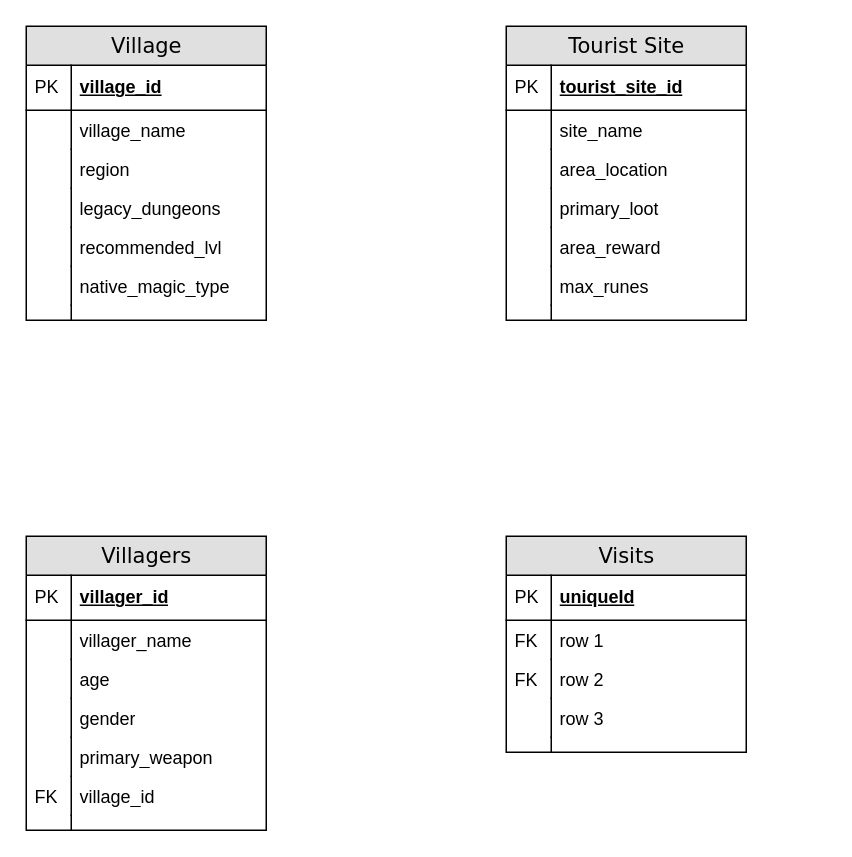
The draw.io diagram ELDEN RING ERD.drawio in patrickabrena/sql-assignment-3, before the edit. Source tidied: cells renumbered, new cells numbered last; positions are measured from the earlier drawing's top-left corner, leaving out a move shared by most shapes. Both pictures are drawn from the tidied source at 150%, with x=0, y=0 at pixel (26, 26).
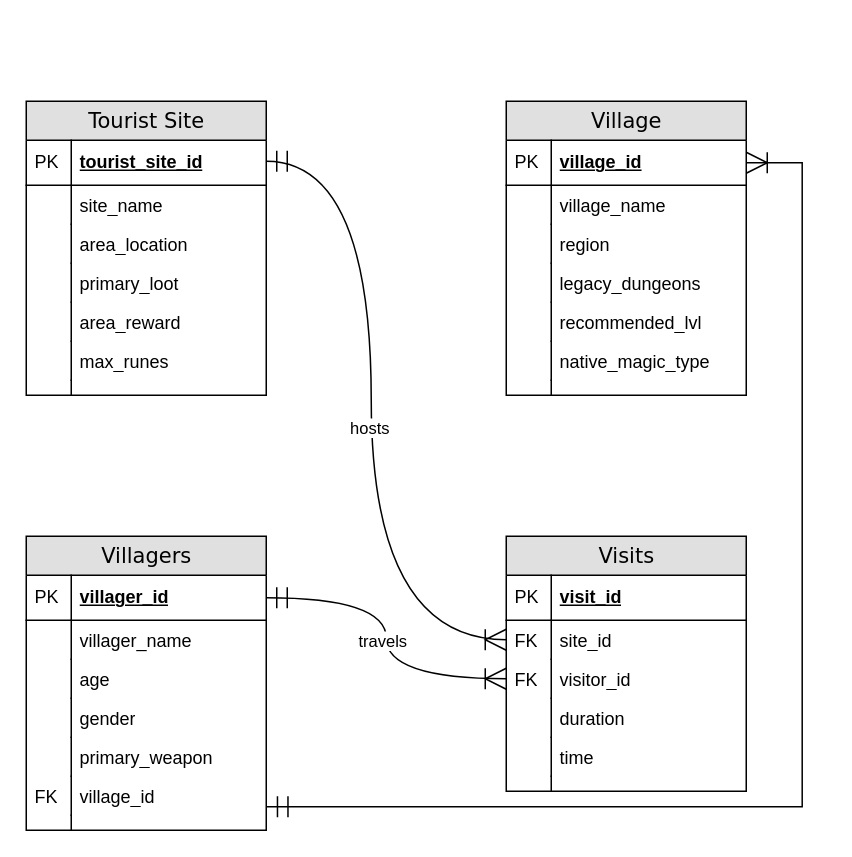
After the change.

Commit message:
potentially finished

The change refers to these unchanged cells:
```xml
<mxCell id="18" value="villager_id" style="shape=partialRectangle;top=0;left=0;right=0;bottom=1;html=1;align=left;verticalAlign=middle;fillColor=none;spacingLeft=34;spacingRight=4;whiteSpace=wrap;overflow=hidden;points=[[0,0.5],[1,0.5]];portConstraint=eastwest;fontStyle=5;" parent="17" vertex="1">
  <mxGeometry y="26" width="160" height="30" as="geometry" />
</mxCell>
<mxCell id="28" value="village_id" style="shape=partialRectangle;top=0;left=0;right=0;bottom=0;html=1;align=left;verticalAlign=top;fillColor=none;spacingLeft=34;spacingRight=4;whiteSpace=wrap;overflow=hidden;points=[[0,0.5],[1,0.5]];portConstraint=eastwest;" parent="17" vertex="1">
  <mxGeometry y="160" width="160" height="26" as="geometry" />
</mxCell>
<mxCell id="33" value="village_id" style="shape=partialRectangle;top=0;left=0;right=0;bottom=1;html=1;align=left;verticalAlign=middle;fillColor=none;spacingLeft=34;spacingRight=4;whiteSpace=wrap;overflow=hidden;points=[[0,0.5],[1,0.5]];portConstraint=eastwest;fontStyle=5;" parent="32" vertex="1">
  <mxGeometry y="26" width="160" height="30" as="geometry" />
</mxCell>
```

Diff of the diagram source:
```diff
@@
     <mxCell id="2" value="Tourist Site" style="swimlane;html=1;fontStyle=0;horizontal=1;startSize=26;fillColor=#e0e0e0;swimlaneFillColor=#ffffff;align=center;rounded=0;shadow=0;comic=0;labelBackgroundColor=none;strokeWidth=1;fontFamily=Verdana;fontSize=14;swimlaneLine=1;" parent="1" vertex="1">
-      <mxGeometry x="320" width="160" height="196" as="geometry" />
+      <mxGeometry y="50" width="160" height="196" as="geometry" />
     </mxCell>
@@
     <mxCell id="32" value="Village" style="swimlane;html=1;fontStyle=0;horizontal=1;startSize=26;fillColor=#e0e0e0;swimlaneFillColor=#ffffff;align=center;rounded=0;shadow=0;comic=0;labelBackgroundColor=none;strokeWidth=1;fontFamily=Verdana;fontSize=14;" parent="1" vertex="1">
-      <mxGeometry width="160" height="196" as="geometry" />
+      <mxGeometry x="320" y="50" width="160" height="196" as="geometry" />
     </mxCell>
@@
     <mxCell id="47" value="Visits" style="swimlane;html=1;fontStyle=0;horizontal=1;startSize=26;fillColor=#e0e0e0;swimlaneFillColor=#ffffff;align=center;rounded=0;shadow=0;comic=0;labelBackgroundColor=none;strokeWidth=1;fontFamily=Verdana;fontSize=14;" parent="1" vertex="1">
-      <mxGeometry x="320" y="340" width="160" height="144" as="geometry" />
+      <mxGeometry x="320" y="340" width="160" height="170" as="geometry" />
     </mxCell>
-    <mxCell id="48" value="uniqueId" style="shape=partialRectangle;top=0;left=0;right=0;bottom=1;html=1;align=left;verticalAlign=middle;fillColor=none;spacingLeft=34;spacingRight=4;whiteSpace=wrap;overflow=hidden;fontStyle=5;" parent="47" vertex="1">
+    <mxCell id="48" value="visit_id" style="shape=partialRectangle;top=0;left=0;right=0;bottom=1;html=1;align=left;verticalAlign=middle;fillColor=none;spacingLeft=34;spacingRight=4;whiteSpace=wrap;overflow=hidden;fontStyle=5;" parent="47" vertex="1">
       <mxGeometry y="26" width="160" height="30" as="geometry" />
     </mxCell>
@@
-    <mxCell id="50" value="row 1" style="shape=partialRectangle;top=0;left=0;right=0;bottom=0;html=1;align=left;verticalAlign=top;fillColor=none;spacingLeft=34;spacingRight=4;whiteSpace=wrap;overflow=hidden;points=[[0,0.5],[1,0.5]];portConstraint=eastwest;" parent="47" vertex="1">
+    <mxCell id="50" value="site_id" style="shape=partialRectangle;top=0;left=0;right=0;bottom=0;html=1;align=left;verticalAlign=top;fillColor=none;spacingLeft=34;spacingRight=4;whiteSpace=wrap;overflow=hidden;points=[[0,0.5],[1,0.5]];portConstraint=eastwest;" parent="47" vertex="1">
       <mxGeometry y="56" width="160" height="26" as="geometry" />
     </mxCell>
@@
-    <mxCell id="52" value="row 2" style="shape=partialRectangle;top=0;left=0;right=0;bottom=0;html=1;align=left;verticalAlign=top;fillColor=none;spacingLeft=34;spacingRight=4;whiteSpace=wrap;overflow=hidden;points=[[0,0.5],[1,0.5]];portConstraint=eastwest;" parent="47" vertex="1">
+    <mxCell id="52" value="visitor_id" style="shape=partialRectangle;top=0;left=0;right=0;bottom=0;html=1;align=left;verticalAlign=top;fillColor=none;spacingLeft=34;spacingRight=4;whiteSpace=wrap;overflow=hidden;points=[[0,0.5],[1,0.5]];portConstraint=eastwest;" parent="47" vertex="1">
       <mxGeometry y="82" width="160" height="26" as="geometry" />
     </mxCell>
@@
-    <mxCell id="54" value="row 3" style="shape=partialRectangle;top=0;left=0;right=0;bottom=0;html=1;align=left;verticalAlign=top;fillColor=none;spacingLeft=34;spacingRight=4;whiteSpace=wrap;overflow=hidden;" parent="47" vertex="1">
+    <mxCell id="54" value="duration" style="shape=partialRectangle;top=0;left=0;right=0;bottom=0;html=1;align=left;verticalAlign=top;fillColor=none;spacingLeft=34;spacingRight=4;whiteSpace=wrap;overflow=hidden;" parent="47" vertex="1">
       <mxGeometry y="108" width="160" height="26" as="geometry" />
     </mxCell>
@@
+    <mxCell id="58" value="time" style="shape=partialRectangle;top=0;left=0;right=0;bottom=0;html=1;align=left;verticalAlign=top;fillColor=none;spacingLeft=34;spacingRight=4;whiteSpace=wrap;overflow=hidden;" parent="47" vertex="1">
+      <mxGeometry y="134" width="160" height="26" as="geometry" />
+    </mxCell>
+    <mxCell id="59" style="shape=partialRectangle;top=0;left=0;bottom=0;html=1;fillColor=none;align=left;verticalAlign=top;spacingLeft=4;spacingRight=4;whiteSpace=wrap;overflow=hidden;" parent="58" vertex="1">
+      <mxGeometry width="30" height="26" as="geometry" />
+    </mxCell>
     <mxCell id="56" style="shape=partialRectangle;top=0;left=0;right=0;bottom=0;html=1;align=left;verticalAlign=top;fillColor=none;spacingLeft=34;spacingRight=4;whiteSpace=wrap;overflow=hidden;" parent="47" vertex="1">
-      <mxGeometry y="134" width="160" height="10" as="geometry" />
+      <mxGeometry y="160" width="160" height="10" as="geometry" />
     </mxCell>
@@
+    <mxCell id="60" style="edgeStyle=orthogonalEdgeStyle;fontSize=12;html=1;endArrow=ERoneToMany;startArrow=ERmandOne;rounded=0;exitX=1;exitY=0.5;exitDx=0;exitDy=0;entryX=0;entryY=0.5;entryDx=0;entryDy=0;endSize=12;startSize=12;curved=1;" parent="1" edge="1" source="18" target="52">
+      <mxGeometry relative="1" as="geometry" />
+    </mxCell>
+    <mxCell id="61" value="&lt;font style=&quot;font-size: 11px;&quot;&gt;travels&lt;/font&gt;" style="edgeLabel;html=1;align=left;verticalAlign=middle;labelBackgroundColor=default;" parent="60" vertex="1">
+      <mxGeometry x="-0.07" y="-4" relative="1" as="geometry">
+        <mxPoint x="-16" y="8" as="offset" />
+      </mxGeometry>
+    </mxCell>
+    <mxCell id="62" style="edgeStyle=orthogonalEdgeStyle;fontSize=12;html=1;endArrow=ERoneToMany;startArrow=ERmandOne;rounded=0;curved=1;entryX=0;entryY=0.5;entryDx=0;entryDy=0;endSize=12;startSize=12;" parent="1" edge="1" target="50">
+      <mxGeometry relative="1" as="geometry">
+        <mxPoint x="160" y="90" as="sourcePoint" />
+        <Array as="points">
+          <mxPoint x="230" y="90" />
+          <mxPoint x="230" y="409" />
+        </Array>
+      </mxGeometry>
+    </mxCell>
+    <mxCell id="63" value="hosts" style="edgeLabel;html=1;align=center;verticalAlign=middle;" parent="62" vertex="1">
+      <mxGeometry x="0.03" y="-2" relative="1" as="geometry" />
+    </mxCell>
+    <mxCell id="64" style="edgeStyle=elbowEdgeStyle;fontSize=12;html=1;endArrow=ERoneToMany;startArrow=ERmandOne;rounded=0;entryX=1;entryY=0.5;entryDx=0;entryDy=0;exitX=1.003;exitY=0.78;exitDx=0;exitDy=0;exitPerimeter=0;endSize=12;startSize=12;" parent="1" edge="1" source="28" target="33">
+      <mxGeometry relative="1" as="geometry">
+        <Array as="points">
+          <mxPoint x="517.3" y="310" />
+        </Array>
+      </mxGeometry>
+    </mxCell>
```
